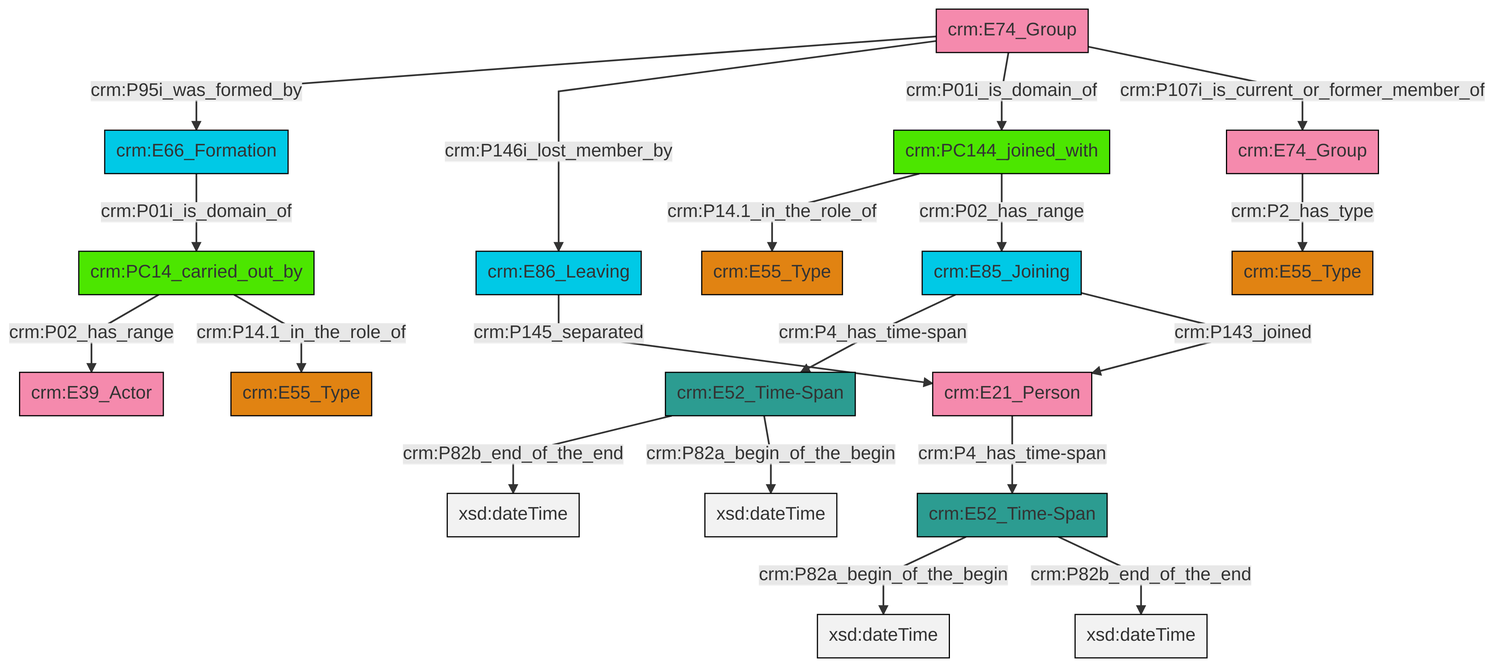
The Mermaid diagram et/groupCSV/ttl/mmd/png/group_actor_relations.png in swiss-art-research-net/docs.swissartresearch, before a commit. Its source is kept beside it as et/groupCSV/ttl/mmd/group_actor_relations.ttl.mmd.
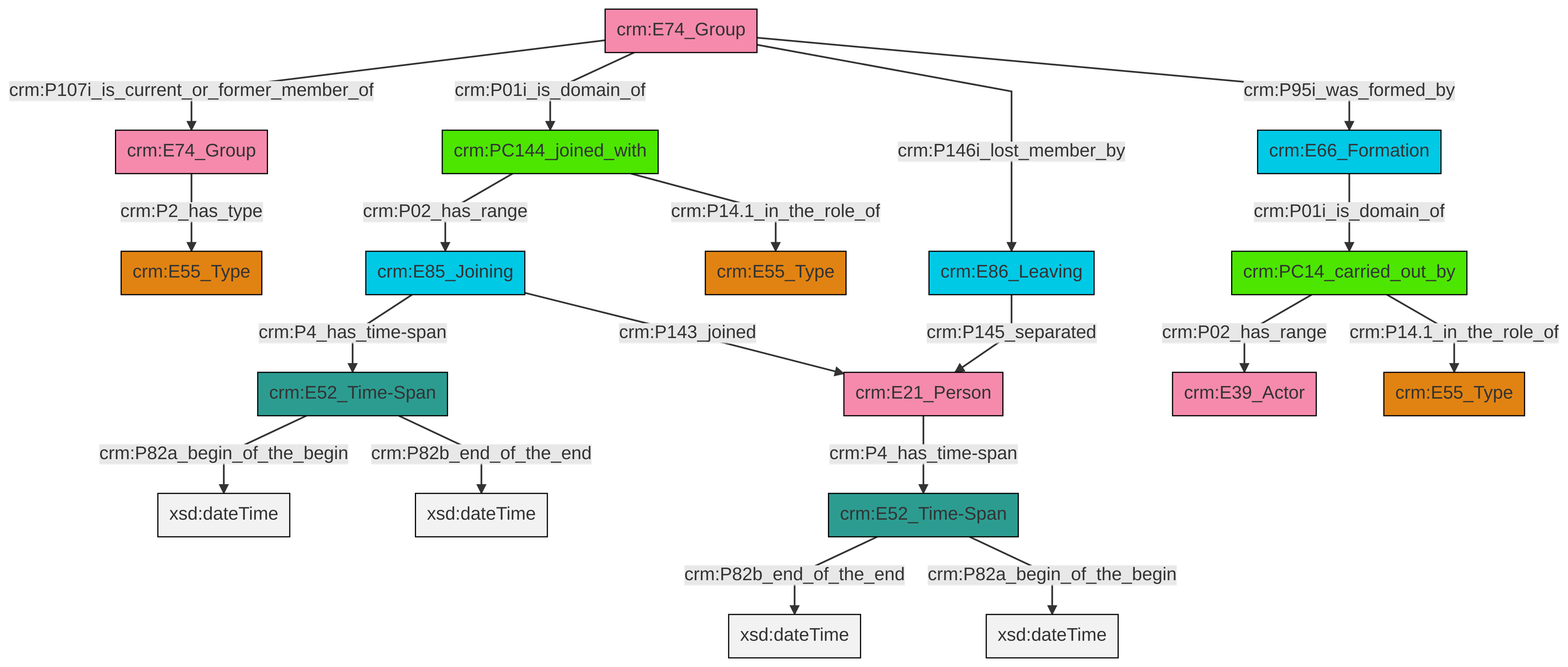
After the change.

Diff of the diagram source:
```diff
@@ -13,21 +13,21 @@
 classDef PC_Classes fill:#4ce600, stroke:#000000;
 classDef Multi fill:#cccccc,stroke:#000000;
 
-0["crm:E52_Time-Span"]:::Time-Span -->|crm:P82a_begin_of_the_begin| 1[xsd:dateTime]:::Literal
-8["crm:E74_Group"]:::Actor -->|crm:P95i_was_formed_by| 9["crm:E66_Formation"]:::Temporal_Entity
-9["crm:E66_Formation"]:::Temporal_Entity -->|crm:P01i_is_domain_of| 12["crm:PC14_carried_out_by"]:::PC_Classes
-13["crm:E52_Time-Span"]:::Time-Span -->|crm:P82b_end_of_the_end| 19[xsd:dateTime]:::Literal
-20["crm:PC144_joined_with"]:::PC_Classes -->|crm:P14.1_in_the_role_of| 6["crm:E55_Type"]:::Type
-23["crm:E21_Person"]:::Actor -->|crm:P4_has_time-span| 0["crm:E52_Time-Span"]:::Time-Span
-15["crm:E85_Joining"]:::Temporal_Entity -->|crm:P4_has_time-span| 13["crm:E52_Time-Span"]:::Time-Span
-12["crm:PC14_carried_out_by"]:::PC_Classes -->|crm:P02_has_range| 24["crm:E39_Actor"]:::Actor
-8["crm:E74_Group"]:::Actor -->|crm:P146i_lost_member_by| 4["crm:E86_Leaving"]:::Temporal_Entity
-10["crm:E74_Group"]:::Actor -->|crm:P2_has_type| 2["crm:E55_Type"]:::Type
-0["crm:E52_Time-Span"]:::Time-Span -->|crm:P82b_end_of_the_end| 26[xsd:dateTime]:::Literal
-8["crm:E74_Group"]:::Actor -->|crm:P01i_is_domain_of| 20["crm:PC144_joined_with"]:::PC_Classes
-12["crm:PC14_carried_out_by"]:::PC_Classes -->|crm:P14.1_in_the_role_of| 17["crm:E55_Type"]:::Type
-15["crm:E85_Joining"]:::Temporal_Entity -->|crm:P143_joined| 23["crm:E21_Person"]:::Actor
-20["crm:PC144_joined_with"]:::PC_Classes -->|crm:P02_has_range| 15["crm:E85_Joining"]:::Temporal_Entity
-13["crm:E52_Time-Span"]:::Time-Span -->|crm:P82a_begin_of_the_begin| 33[xsd:dateTime]:::Literal
-8["crm:E74_Group"]:::Actor -->|crm:P107i_is_current_or_former_member_of| 10["crm:E74_Group"]:::Actor
-4["crm:E86_Leaving"]:::Temporal_Entity -->|crm:P145_separated| 23["crm:E21_Person"]:::Actor
+6["crm:PC14_carried_out_by"]:::PC_Classes -->|crm:P02_has_range| 7["crm:E39_Actor"]:::Actor
+8["crm:E52_Time-Span"]:::Time-Span -->|crm:P82b_end_of_the_end| 9[xsd:dateTime]:::Literal
+10["crm:E74_Group"]:::Actor -->|crm:P107i_is_current_or_former_member_of| 11["crm:E74_Group"]:::Actor
+8["crm:E52_Time-Span"]:::Time-Span -->|crm:P82a_begin_of_the_begin| 12[xsd:dateTime]:::Literal
+2["crm:E66_Formation"]:::Temporal_Entity -->|crm:P01i_is_domain_of| 6["crm:PC14_carried_out_by"]:::PC_Classes
+19["crm:E21_Person"]:::Actor -->|crm:P4_has_time-span| 8["crm:E52_Time-Span"]:::Time-Span
+10["crm:E74_Group"]:::Actor -->|crm:P01i_is_domain_of| 4["crm:PC144_joined_with"]:::PC_Classes
+6["crm:PC14_carried_out_by"]:::PC_Classes -->|crm:P14.1_in_the_role_of| 0["crm:E55_Type"]:::Type
+4["crm:PC144_joined_with"]:::PC_Classes -->|crm:P02_has_range| 23["crm:E85_Joining"]:::Temporal_Entity
+26["crm:E52_Time-Span"]:::Time-Span -->|crm:P82a_begin_of_the_begin| 27[xsd:dateTime]:::Literal
+11["crm:E74_Group"]:::Actor -->|crm:P2_has_type| 17["crm:E55_Type"]:::Type
+28["crm:E86_Leaving"]:::Temporal_Entity -->|crm:P145_separated| 19["crm:E21_Person"]:::Actor
+23["crm:E85_Joining"]:::Temporal_Entity -->|crm:P4_has_time-span| 26["crm:E52_Time-Span"]:::Time-Span
+10["crm:E74_Group"]:::Actor -->|crm:P146i_lost_member_by| 28["crm:E86_Leaving"]:::Temporal_Entity
+26["crm:E52_Time-Span"]:::Time-Span -->|crm:P82b_end_of_the_end| 34[xsd:dateTime]:::Literal
+23["crm:E85_Joining"]:::Temporal_Entity -->|crm:P143_joined| 19["crm:E21_Person"]:::Actor
+10["crm:E74_Group"]:::Actor -->|crm:P95i_was_formed_by| 2["crm:E66_Formation"]:::Temporal_Entity
+4["crm:PC144_joined_with"]:::PC_Classes -->|crm:P14.1_in_the_role_of| 13["crm:E55_Type"]:::Type
```
